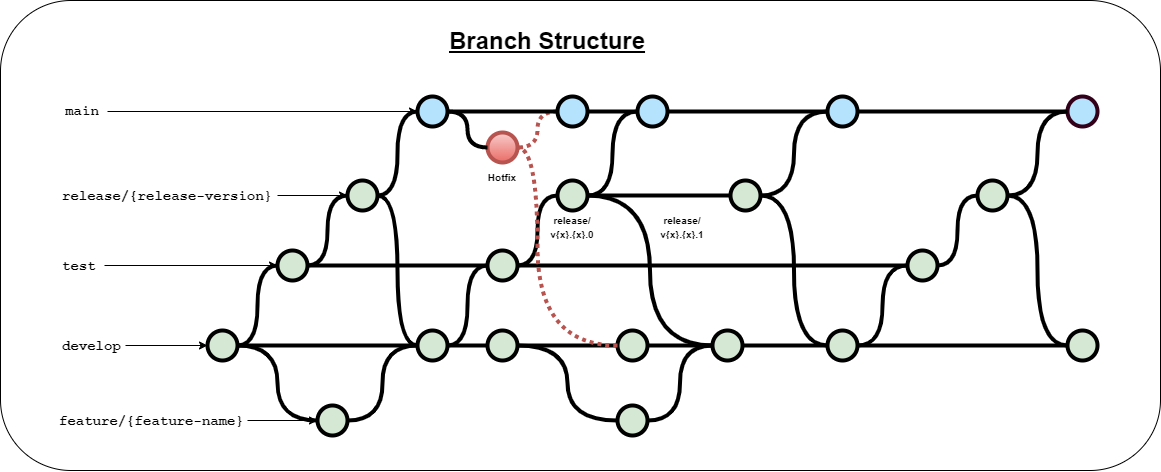
Above: readme-assets/git-model.png in geektechniquestudios/ChessWager (draw.io), before the change. Source tidied: cells renumbered, new cells last; positions are measured from the earlier drawing's top-left corner, leaving out a move shared by most shapes.
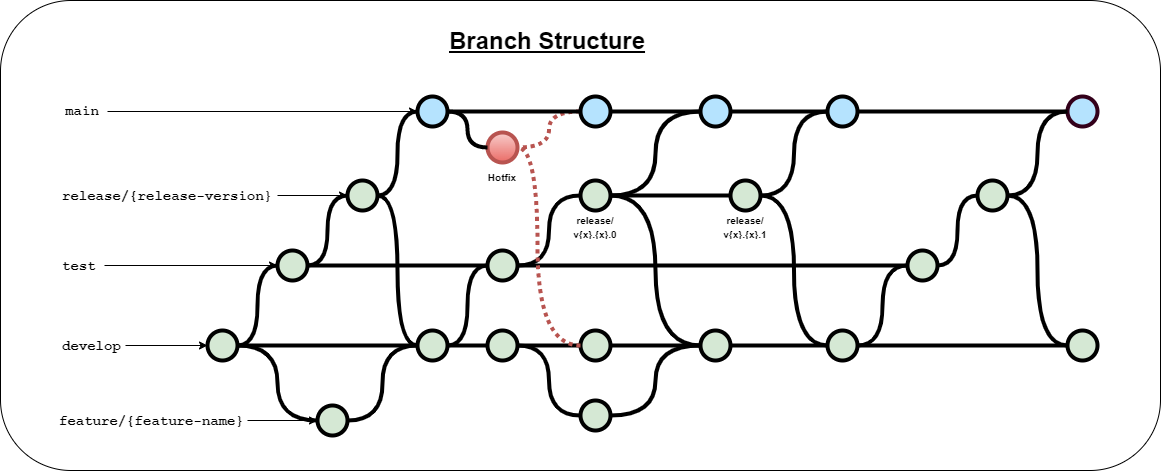
After the commit.

The edit, as a diff of the source:
```diff
@@ -15,7 +15,7 @@
       <mxGeometry relative="1" as="geometry" />
     </mxCell>
     <mxCell id="6" style="verticalLabelPosition=bottom;verticalAlign=top;html=1;strokeWidth=4;shape=mxgraph.flowchart.on-page_reference;plain-blue;gradientColor=none;strokeColor=#000000;fillColor=#B5E3FE;" parent="1" vertex="1">
-      <mxGeometry x="637" y="96" width="30" height="30" as="geometry" />
+      <mxGeometry x="700" y="96" width="30" height="30" as="geometry" />
     </mxCell>
     <mxCell id="7" style="verticalLabelPosition=bottom;verticalAlign=top;html=1;strokeWidth=4;shape=mxgraph.flowchart.on-page_reference;plain-blue;gradientColor=none;strokeColor=#33001A;fillColor=#B5E3FE;" parent="1" vertex="1">
       <mxGeometry x="1067" y="96" width="30" height="30" as="geometry" />
@@ -51,7 +51,7 @@
       <mxGeometry relative="1" as="geometry" />
     </mxCell>
     <mxCell id="18" style="verticalLabelPosition=bottom;verticalAlign=top;html=1;strokeWidth=4;shape=mxgraph.flowchart.on-page_reference;plain-purple;gradientColor=none;strokeColor=#000000;fillColor=#D5E8D4;" parent="1" vertex="1">
-      <mxGeometry x="712" y="330" width="30" height="30" as="geometry" />
+      <mxGeometry x="700" y="330" width="30" height="30" as="geometry" />
     </mxCell>
     <mxCell id="19" value="develop" style="text;html=1;strokeColor=none;fillColor=none;align=left;verticalAlign=middle;whiteSpace=wrap;overflow=hidden;fontSize=14;fontStyle=1;fontFamily=Courier New;" parent="1" vertex="1">
       <mxGeometry x="60" y="335" width="65" height="20" as="geometry" />
@@ -60,7 +60,7 @@
       <mxGeometry relative="1" as="geometry" />
     </mxCell>
     <mxCell id="21" style="verticalLabelPosition=bottom;verticalAlign=top;html=1;strokeWidth=4;shape=mxgraph.flowchart.on-page_reference;plain-purple;gradientColor=none;strokeColor=#000000;fillColor=#D5E8D4;" parent="1" vertex="1">
-      <mxGeometry x="617" y="405" width="30" height="30" as="geometry" />
+      <mxGeometry x="580" y="400" width="30" height="30" as="geometry" />
     </mxCell>
     <mxCell id="22" value="feature/{feature-name}" style="text;html=1;strokeColor=none;fillColor=none;align=left;verticalAlign=middle;whiteSpace=wrap;overflow=hidden;fontSize=14;fontStyle=1;fontFamily=Courier New;" parent="1" vertex="1">
       <mxGeometry x="57" y="410" width="190" height="20" as="geometry" />
@@ -86,13 +86,8 @@
     <mxCell id="29" style="verticalLabelPosition=bottom;verticalAlign=top;html=1;strokeWidth=4;shape=mxgraph.flowchart.on-page_reference;plain-purple;gradientColor=none;strokeColor=#000000;fillColor=#D5E8D4;" parent="1" vertex="1">
       <mxGeometry x="347" y="180" width="30" height="30" as="geometry" />
     </mxCell>
-    <mxCell id="30" style="edgeStyle=orthogonalEdgeStyle;curved=1;rounded=0;html=1;exitX=1;exitY=0.5;exitPerimeter=0;entryX=0;entryY=0.5;entryPerimeter=0;endArrow=none;endFill=0;jettySize=auto;strokeWidth=4;fontSize=15;" parent="1" edge="1" source="31">
-      <mxGeometry relative="1" as="geometry">
-        <mxPoint x="555.9" y="195" as="targetPoint" />
-      </mxGeometry>
-    </mxCell>
     <mxCell id="31" style="verticalLabelPosition=bottom;verticalAlign=top;html=1;strokeWidth=4;shape=mxgraph.flowchart.on-page_reference;plain-purple;gradientColor=none;strokeColor=#000000;fillColor=#D5E8D4;" parent="1" vertex="1">
-      <mxGeometry x="557" y="180" width="30" height="30" as="geometry" />
+      <mxGeometry x="580" y="180" width="30" height="30" as="geometry" />
     </mxCell>
     <mxCell id="32" value="release/{release-version}" style="text;html=1;strokeColor=none;fillColor=none;align=left;verticalAlign=middle;whiteSpace=wrap;overflow=hidden;fontSize=14;fontStyle=1;fontFamily=Courier New;" parent="1" vertex="1">
       <mxGeometry x="60" y="185" width="217" height="20" as="geometry" />
@@ -110,7 +105,7 @@
       <mxGeometry relative="1" as="geometry" />
     </mxCell>
     <mxCell id="37" style="verticalLabelPosition=bottom;verticalAlign=top;html=1;strokeWidth=4;shape=mxgraph.flowchart.on-page_reference;plain-purple;gradientColor=none;strokeColor=#000000;fillColor=#D5E8D4;" parent="1" vertex="1">
-      <mxGeometry x="617" y="330" width="30" height="30" as="geometry" />
+      <mxGeometry x="580" y="330" width="30" height="30" as="geometry" />
     </mxCell>
     <mxCell id="38" style="edgeStyle=orthogonalEdgeStyle;curved=1;rounded=0;jettySize=auto;html=1;exitX=1;exitY=0.5;exitDx=0;exitDy=0;exitPerimeter=0;entryX=0;entryY=0.5;entryDx=0;entryDy=0;entryPerimeter=0;endArrow=none;endFill=0;strokeWidth=4;fontFamily=Courier New;fontColor=#009900;" parent="1" edge="1" source="12" target="31">
       <mxGeometry relative="1" as="geometry" />
@@ -140,7 +135,7 @@
       <mxGeometry relative="1" as="geometry" />
     </mxCell>
     <mxCell id="47" style="verticalLabelPosition=bottom;verticalAlign=top;html=1;strokeWidth=4;shape=mxgraph.flowchart.on-page_reference;plain-blue;gradientColor=none;strokeColor=#000000;fillColor=#B5E3FE;" parent="1" vertex="1">
-      <mxGeometry x="557" y="96" width="30" height="30" as="geometry" />
+      <mxGeometry x="580" y="96" width="30" height="30" as="geometry" />
     </mxCell>
     <mxCell id="48" style="edgeStyle=orthogonalEdgeStyle;rounded=0;html=1;jettySize=auto;plain-blue;endArrow=none;endFill=0;strokeWidth=4;strokeColor=#000000;entryX=0;entryY=0.5;entryDx=0;entryDy=0;entryPerimeter=0;startArrow=none;" parent="1" edge="1" source="43" target="47">
       <mxGeometry x="-220.8" y="241" as="geometry" />
@@ -196,7 +191,7 @@
       <mxGeometry relative="1" as="geometry" />
     </mxCell>
     <mxCell id="64" value="&lt;font style=&quot;font-size: 10px&quot;&gt;&lt;b&gt;release/&lt;br&gt;v{x}.{x}.0&lt;/b&gt;&lt;/font&gt;" style="text;html=1;strokeColor=none;fillColor=none;align=center;verticalAlign=middle;whiteSpace=wrap;overflow=hidden;" parent="1" vertex="1">
-      <mxGeometry x="517" y="210" width="110" height="30" as="geometry" />
+      <mxGeometry x="540" y="210" width="110" height="30" as="geometry" />
     </mxCell>
     <mxCell id="65" style="verticalLabelPosition=bottom;verticalAlign=top;html=1;strokeWidth=4;shape=mxgraph.flowchart.on-page_reference;plain-purple;gradientColor=none;strokeColor=#000000;fillColor=#D5E8D4;" parent="1" vertex="1">
       <mxGeometry x="730" y="180" width="30" height="30" as="geometry" />
@@ -205,7 +200,7 @@
       <mxGeometry relative="1" as="geometry" />
     </mxCell>
     <mxCell id="67" value="&lt;b&gt;&lt;font style=&quot;font-size: 10px&quot;&gt;release/&lt;br&gt;v{x}.{x}.1&lt;/font&gt;&lt;/b&gt;" style="text;html=1;strokeColor=none;fillColor=none;align=center;verticalAlign=middle;whiteSpace=wrap;overflow=hidden;" parent="1" vertex="1">
-      <mxGeometry x="622" y="210" width="120" height="30" as="geometry" />
+      <mxGeometry x="685" y="210" width="120" height="30" as="geometry" />
     </mxCell>
     <mxCell id="68" style="verticalLabelPosition=bottom;verticalAlign=top;html=1;strokeWidth=4;shape=mxgraph.flowchart.on-page_reference;plain-blue;gradientColor=none;strokeColor=#000000;fillColor=#B5E3FE;" parent="1" vertex="1">
       <mxGeometry x="827" y="96" width="30" height="30" as="geometry" />
```
